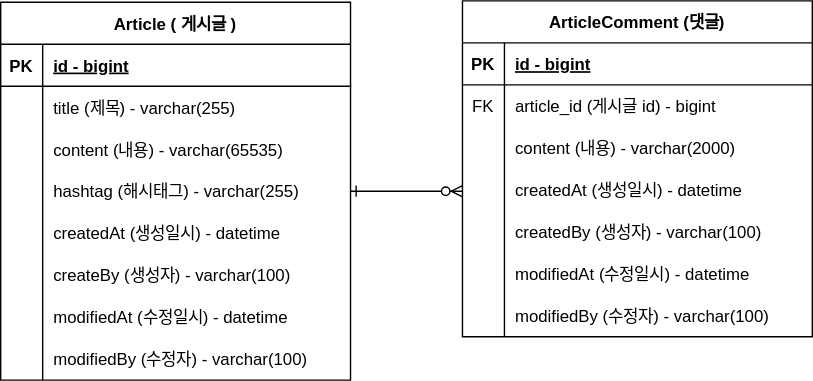
Before: document/project-board-erd.svg, a diagram exported from draw.io (Seo-mihyeon/project-board). Source tidied: cells renumbered, new cells last; positions are measured from the earlier drawing's top-left corner, leaving out a move shared by most shapes.
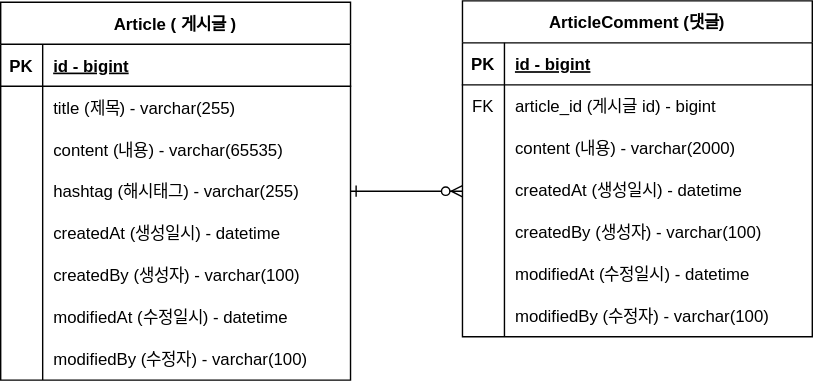
Above is the later version.

Change to the diagram source:
```diff
@@ -130,7 +130,7 @@
     <mxCell id="42" value=" " style="shape=partialRectangle;overflow=hidden;fillColor=none;top=0;left=0;bottom=0;right=0;" parent="41" vertex="1">
       <mxGeometry width="30" height="30" as="geometry" />
     </mxCell>
-    <mxCell id="43" value="createBy (생성자) - varchar(100)" style="shape=partialRectangle;overflow=hidden;fillColor=none;top=0;left=0;bottom=0;right=0;align=left;spacingLeft=6;" parent="41" vertex="1">
+    <mxCell id="43" value="createdBy (생성자) - varchar(100)" style="shape=partialRectangle;overflow=hidden;fillColor=none;top=0;left=0;bottom=0;right=0;align=left;spacingLeft=6;" parent="41" vertex="1">
       <mxGeometry x="30" width="220" height="30" as="geometry" />
     </mxCell>
     <mxCell id="44" style="shape=partialRectangle;fillColor=none;top=0;left=0;right=0;bottom=0;" parent="25" vertex="1">
```
